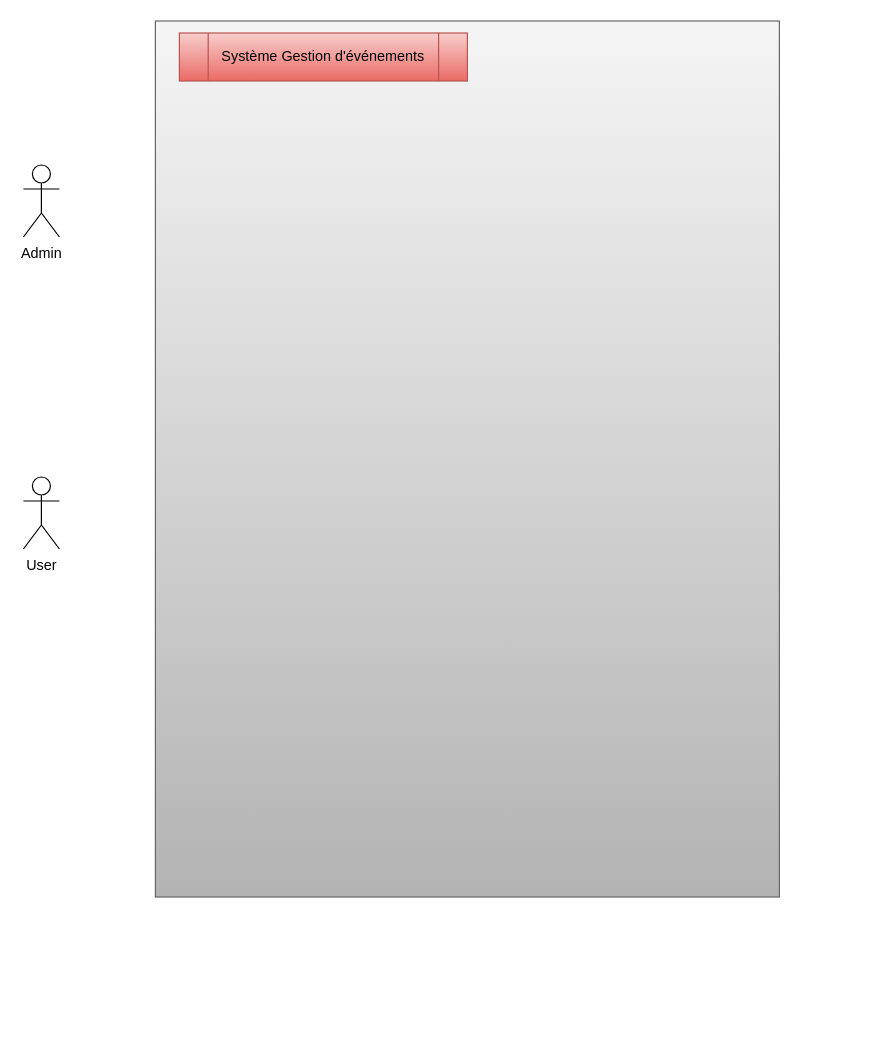
The draw.io diagram UML/UseCase_Projet_Fil_Rouge.drawio in Mzk-Ali/M2I_Projet_Fil_Rouge_Conception, before the edit. Source tidied: cells renumbered, new cells numbered last; positions are measured from the earlier drawing's top-left corner, leaving out a move shared by most shapes. Both pictures are drawn from the tidied source at 120%, with x=0, y=0 at pixel (23, 20).
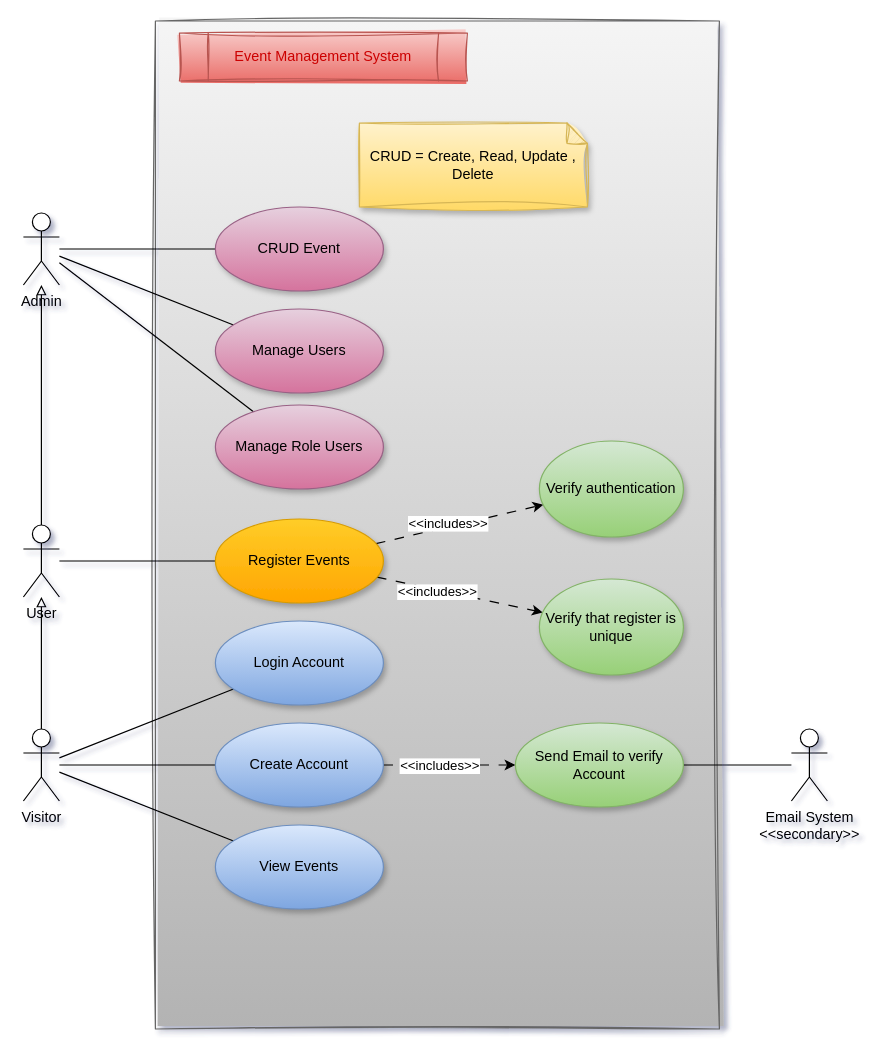
Above is the later version.

Commit message (it also covers changes not shown here):
Mettre à jour UseCase_Projet_Fil_Rouge.drawio

Change to the diagram source:
```diff
@@
-<mxGraphModel>
+<mxGraphModel shadow="1">
@@
-    <mxCell id="2" style="rounded=0;whiteSpace=wrap;html=1;fillColor=#f5f5f5;gradientColor=#b3b3b3;strokeColor=#666666;" parent="1" vertex="1">
-      <mxGeometry x="110" width="520" height="730" as="geometry" />
+    <mxCell id="2" style="rounded=0;whiteSpace=wrap;html=1;fillColor=#f5f5f5;gradientColor=#b3b3b3;strokeColor=#666666;sketch=1;curveFitting=1;jiggle=2;" parent="1" vertex="1">
+      <mxGeometry x="110" width="470" height="840" as="geometry" />
     </mxCell>
-    <mxCell id="3" value="Système Gestion d'événements" style="shape=process;whiteSpace=wrap;html=1;backgroundOutline=1;fillColor=#f8cecc;strokeColor=#b85450;gradientColor=#ea6b66;" parent="1" vertex="1">
+    <mxCell id="3" value="&lt;font style=&quot;color: rgb(204, 0, 0);&quot;&gt;Event Management System&lt;/font&gt;" style="shape=process;whiteSpace=wrap;html=1;backgroundOutline=1;fillColor=#f8cecc;strokeColor=#b85450;gradientColor=#ea6b66;sketch=1;curveFitting=1;jiggle=2;shadow=0;" parent="1" vertex="1">
       <mxGeometry x="130" y="10" width="240" height="40" as="geometry" />
     </mxCell>
     <mxCell id="4" value="Admin" style="shape=umlActor;verticalLabelPosition=bottom;verticalAlign=top;html=1;outlineConnect=0;" parent="1" vertex="1">
-      <mxGeometry y="120" width="30" height="60" as="geometry" />
+      <mxGeometry y="160" width="30" height="60" as="geometry" />
     </mxCell>
+    <mxCell id="6" style="edgeStyle=orthogonalEdgeStyle;rounded=0;jettySize=auto;html=1;endArrow=block;endFill=0;" parent="1" edge="1" source="5" target="4">
+      <mxGeometry relative="1" as="geometry" />
+    </mxCell>
+    <mxCell id="7" style="rounded=0;jettySize=auto;html=1;endArrow=none;endFill=0;" parent="1" edge="1" source="26" target="22">
+      <mxGeometry relative="1" as="geometry" />
+    </mxCell>
+    <mxCell id="8" style="rounded=0;jettySize=auto;html=1;endArrow=none;endFill=0;" parent="1" edge="1" source="26" target="19">
+      <mxGeometry relative="1" as="geometry" />
+    </mxCell>
     <mxCell id="5" value="User" style="shape=umlActor;verticalLabelPosition=bottom;verticalAlign=top;html=1;outlineConnect=0;" parent="1" vertex="1">
-      <mxGeometry y="380" width="30" height="60" as="geometry" />
+      <mxGeometry y="420" width="30" height="60" as="geometry" />
     </mxCell>
+    <mxCell id="9" style="rounded=0;jettySize=auto;html=1;endArrow=none;endFill=0;" parent="1" edge="1" source="10" target="4">
+      <mxGeometry relative="1" as="geometry" />
+    </mxCell>
+    <mxCell id="10" value="CRUD Event" style="ellipse;whiteSpace=wrap;html=1;fillColor=#e6d0de;gradientColor=#d5739d;strokeColor=#996185;shadow=1;" parent="1" vertex="1">
+      <mxGeometry x="160" y="155" width="140" height="70" as="geometry" />
+    </mxCell>
+    <mxCell id="11" style="rounded=0;jettySize=auto;html=1;endArrow=none;endFill=0;" parent="1" edge="1" source="12" target="4">
+      <mxGeometry relative="1" as="geometry" />
+    </mxCell>
+    <mxCell id="12" value="Manage Users" style="ellipse;whiteSpace=wrap;html=1;fillColor=#e6d0de;gradientColor=#d5739d;strokeColor=#996185;shadow=1;" parent="1" vertex="1">
+      <mxGeometry x="160" y="240" width="140" height="70" as="geometry" />
+    </mxCell>
+    <mxCell id="13" style="rounded=0;jettySize=auto;html=1;endArrow=none;endFill=0;" parent="1" edge="1" source="18" target="5">
+      <mxGeometry relative="1" as="geometry" />
+    </mxCell>
+    <mxCell id="14" style="rounded=0;jettySize=auto;html=1;endArrow=classic;endFill=1;dashed=1;dashPattern=8 8;" parent="1" edge="1" source="18" target="28">
+      <mxGeometry relative="1" as="geometry" />
+    </mxCell>
+    <mxCell id="15" value="&amp;lt;&amp;lt;includes&amp;gt;&amp;gt;" style="edgeLabel;html=1;align=center;verticalAlign=middle;" parent="14" vertex="1">
+      <mxGeometry x="-0.13" y="2" relative="1" as="geometry">
+        <mxPoint y="-1" as="offset" />
+      </mxGeometry>
+    </mxCell>
+    <mxCell id="16" style="rounded=0;jettySize=auto;html=1;dashed=1;dashPattern=8 8;" parent="1" edge="1" source="18" target="29">
+      <mxGeometry relative="1" as="geometry" />
+    </mxCell>
+    <mxCell id="17" value="&amp;lt;&amp;lt;includes&amp;gt;&amp;gt;" style="edgeLabel;html=1;align=center;verticalAlign=middle;" parent="16" vertex="1">
+      <mxGeometry x="-0.28" y="-1" relative="1" as="geometry" />
+    </mxCell>
+    <mxCell id="18" value="Register Events" style="ellipse;whiteSpace=wrap;html=1;fillColor=#ffcd28;gradientColor=#ffa500;strokeColor=#d79b00;shadow=1;" parent="1" vertex="1">
+      <mxGeometry x="160" y="415" width="140" height="70" as="geometry" />
+    </mxCell>
+    <mxCell id="19" value="Login Account" style="ellipse;whiteSpace=wrap;html=1;fillColor=#dae8fc;gradientColor=#7ea6e0;strokeColor=#6c8ebf;shadow=1;" parent="1" vertex="1">
+      <mxGeometry x="160" y="500" width="140" height="70" as="geometry" />
+    </mxCell>
+    <mxCell id="20" style="rounded=0;jettySize=auto;html=1;dashed=1;dashPattern=8 8;" parent="1" edge="1" source="22" target="33">
+      <mxGeometry relative="1" as="geometry" />
+    </mxCell>
+    <mxCell id="21" value="&amp;lt;&amp;lt;includes&amp;gt;&amp;gt;" style="edgeLabel;html=1;align=center;verticalAlign=middle;" parent="20" vertex="1">
+      <mxGeometry x="-0.16" relative="1" as="geometry" />
+    </mxCell>
+    <mxCell id="22" value="Create Account" style="ellipse;whiteSpace=wrap;html=1;fillColor=#dae8fc;gradientColor=#7ea6e0;strokeColor=#6c8ebf;shadow=1;" parent="1" vertex="1">
+      <mxGeometry x="160" y="585" width="140" height="70" as="geometry" />
+    </mxCell>
+    <mxCell id="23" style="rounded=0;jettySize=auto;html=1;endArrow=none;endFill=0;" parent="1" edge="1" source="24" target="26">
+      <mxGeometry relative="1" as="geometry" />
+    </mxCell>
+    <mxCell id="24" value="View Events" style="ellipse;whiteSpace=wrap;html=1;fillColor=#dae8fc;gradientColor=#7ea6e0;strokeColor=#6c8ebf;shadow=1;" parent="1" vertex="1">
+      <mxGeometry x="160" y="670" width="140" height="70" as="geometry" />
+    </mxCell>
+    <mxCell id="25" style="edgeStyle=orthogonalEdgeStyle;rounded=0;jettySize=auto;html=1;endArrow=block;endFill=0;" parent="1" edge="1" source="26" target="5">
+      <mxGeometry relative="1" as="geometry" />
+    </mxCell>
+    <mxCell id="26" value="Visitor" style="shape=umlActor;verticalLabelPosition=bottom;verticalAlign=top;html=1;outlineConnect=0;" parent="1" vertex="1">
+      <mxGeometry y="590" width="30" height="60" as="geometry" />
+    </mxCell>
+    <mxCell id="27" value="CRUD = Create, Read, Update , Delete" style="shape=note;whiteSpace=wrap;html=1;backgroundOutline=1;darkOpacity=0.05;fillColor=#fff2cc;gradientColor=#ffd966;strokeColor=#d6b656;size=17;sketch=1;curveFitting=1;jiggle=2;shadow=1;" parent="1" vertex="1">
+      <mxGeometry x="280" y="85" width="190" height="70" as="geometry" />
+    </mxCell>
+    <mxCell id="28" value="Verify authentication" style="ellipse;whiteSpace=wrap;html=1;fillColor=#d5e8d4;gradientColor=#97d077;strokeColor=#82b366;shadow=1;" parent="1" vertex="1">
+      <mxGeometry x="430" y="350" width="120" height="80" as="geometry" />
+    </mxCell>
+    <mxCell id="29" value="Verify that register is unique" style="ellipse;whiteSpace=wrap;html=1;fillColor=#d5e8d4;gradientColor=#97d077;strokeColor=#82b366;shadow=1;" parent="1" vertex="1">
+      <mxGeometry x="430" y="465" width="120" height="80" as="geometry" />
+    </mxCell>
+    <mxCell id="30" style="rounded=0;jettySize=auto;html=1;endArrow=none;endFill=0;" parent="1" edge="1" source="31" target="4">
+      <mxGeometry relative="1" as="geometry" />
+    </mxCell>
+    <mxCell id="31" value="Manage Role Users" style="ellipse;whiteSpace=wrap;html=1;fillColor=#e6d0de;gradientColor=#d5739d;strokeColor=#996185;shadow=1;" parent="1" vertex="1">
+      <mxGeometry x="160" y="320" width="140" height="70" as="geometry" />
+    </mxCell>
+    <mxCell id="32" style="rounded=0;jettySize=auto;html=1;endArrow=none;endFill=0;" parent="1" edge="1" source="33" target="34">
+      <mxGeometry relative="1" as="geometry" />
+    </mxCell>
+    <mxCell id="33" value="Send Email to verify Account" style="ellipse;whiteSpace=wrap;html=1;fillColor=#d5e8d4;gradientColor=#97d077;strokeColor=#82b366;shadow=1;" parent="1" vertex="1">
+      <mxGeometry x="410" y="585" width="140" height="70" as="geometry" />
+    </mxCell>
+    <mxCell id="34" value="Email System&lt;div&gt;&amp;lt;&amp;lt;secondary&amp;gt;&amp;gt;&lt;/div&gt;" style="shape=umlActor;verticalLabelPosition=bottom;verticalAlign=top;html=1;" parent="1" vertex="1">
+      <mxGeometry x="640" y="590" width="30" height="60" as="geometry" />
+    </mxCell>
```
